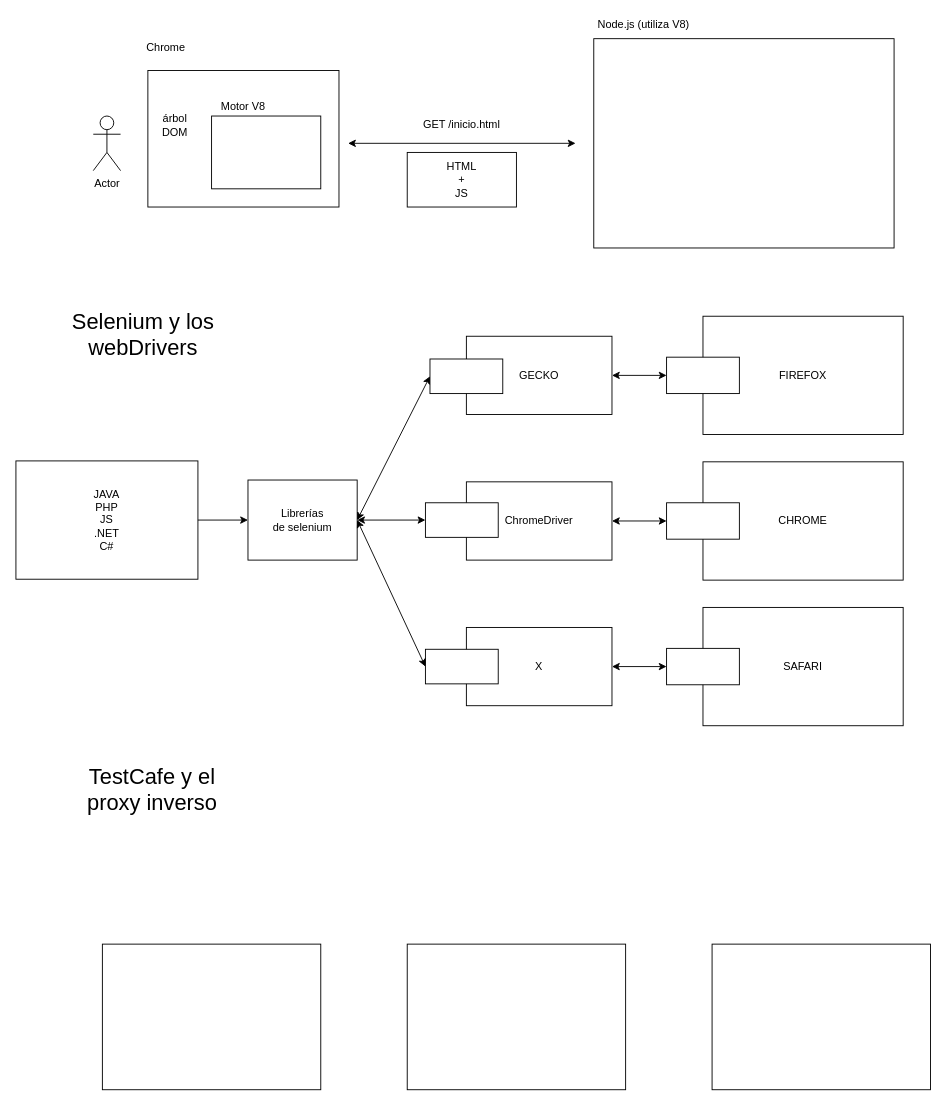
Earlier version of the draw.io diagram page "Página-7" (7 of 9) of dibujillos.drawio (lrag/TDD). Source tidied: cells renumbered, new cells numbered last; positions are measured from the earlier drawing's top-left corner, leaving out a move shared by most shapes. Both pictures are drawn from the tidied source at 91%, with x=0, y=0 at pixel (15, 15).
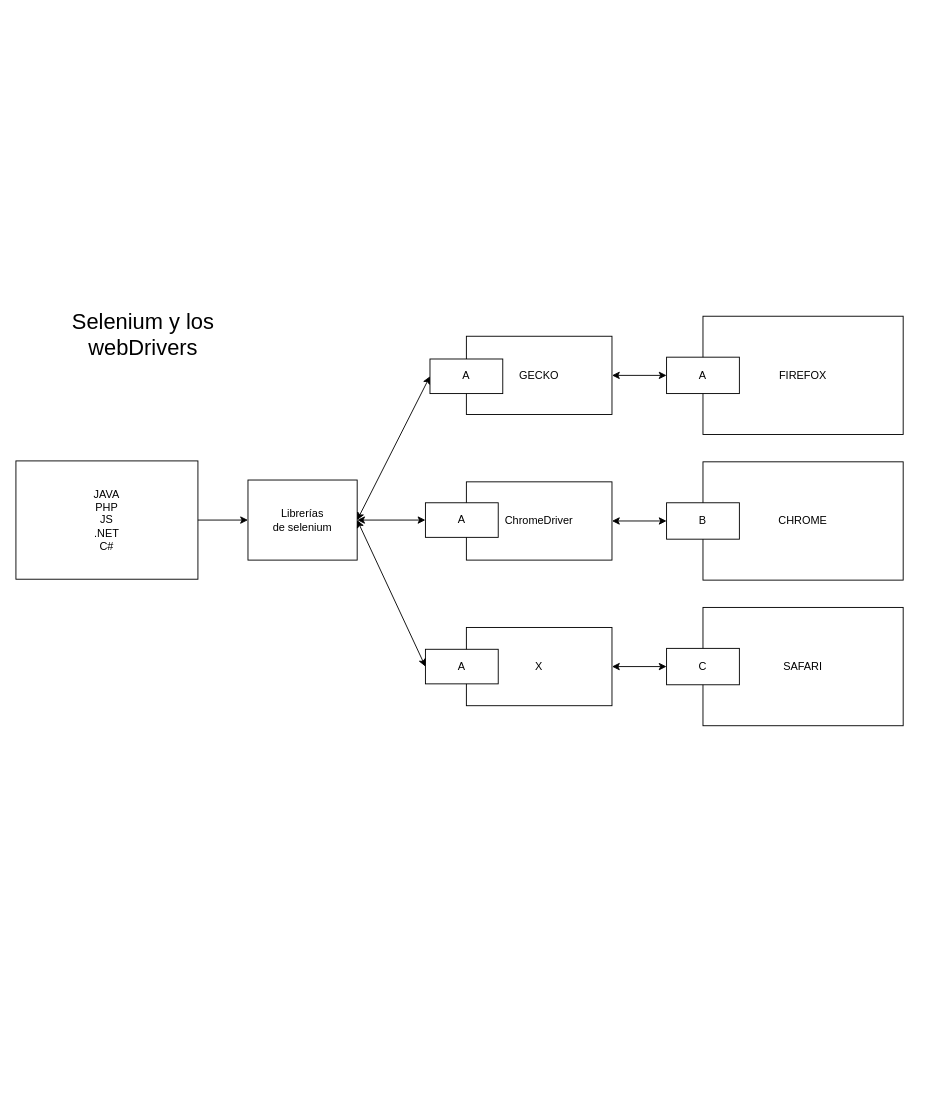
The same page after the edit.

The edit, as a diff of the source:
```diff
@@
-    <mxCell id="2" style="rounded=0;whiteSpace=wrap;html=1;fillColor=none;" parent="1" vertex="1">
-      <mxGeometry x="145" y="60" width="210" height="150" as="geometry" />
-    </mxCell>
-    <mxCell id="3" value="Actor" style="shape=umlActor;verticalLabelPosition=bottom;verticalAlign=top;html=1;" parent="1" vertex="1">
-      <mxGeometry x="85" y="110" width="30" height="60" as="geometry" />
-    </mxCell>
-    <mxCell id="4" style="rounded=0;whiteSpace=wrap;html=1;fillColor=none;" parent="1" vertex="1">
-      <mxGeometry x="635" y="25" width="330" height="230" as="geometry" />
-    </mxCell>
-    <mxCell id="5" style="endArrow=classic;startArrow=classic;html=1;" parent="1" edge="1">
-      <mxGeometry relative="1" as="geometry">
-        <mxPoint x="365" y="140" as="sourcePoint" />
-        <mxPoint x="615" y="140" as="targetPoint" />
-      </mxGeometry>
-    </mxCell>
-    <mxCell id="6" value="GET /inicio.html" style="text;html=1;strokeColor=none;fillColor=none;align=center;verticalAlign=middle;whiteSpace=wrap;rounded=0;" parent="1" vertex="1">
-      <mxGeometry x="440" y="110" width="100" height="20" as="geometry" />
-    </mxCell>
-    <mxCell id="7" value="HTML&lt;br&gt;+&lt;br&gt;JS" style="rounded=0;whiteSpace=wrap;html=1;fillColor=none;" parent="1" vertex="1">
-      <mxGeometry x="430" y="150" width="120" height="60" as="geometry" />
-    </mxCell>
-    <mxCell id="8" style="rounded=0;whiteSpace=wrap;html=1;fillColor=none;" parent="1" vertex="1">
-      <mxGeometry x="215" y="110" width="120" height="80" as="geometry" />
-    </mxCell>
-    <mxCell id="9" value="Motor V8" style="text;html=1;strokeColor=none;fillColor=none;align=center;verticalAlign=middle;whiteSpace=wrap;rounded=0;" parent="1" vertex="1">
-      <mxGeometry x="215" y="90" width="70" height="20" as="geometry" />
-    </mxCell>
-    <mxCell id="10" value="Chrome" style="text;html=1;strokeColor=none;fillColor=none;align=center;verticalAlign=middle;whiteSpace=wrap;rounded=0;" parent="1" vertex="1">
-      <mxGeometry x="145" y="25" width="40" height="20" as="geometry" />
-    </mxCell>
-    <mxCell id="11" value="Node.js (utiliza V8)" style="text;html=1;strokeColor=none;fillColor=none;align=center;verticalAlign=middle;whiteSpace=wrap;rounded=0;" parent="1" vertex="1">
-      <mxGeometry x="625" width="130" height="20" as="geometry" />
-    </mxCell>
-    <mxCell id="12" value="árbol&lt;br&gt;DOM" style="text;html=1;strokeColor=none;fillColor=none;align=center;verticalAlign=middle;whiteSpace=wrap;rounded=0;" parent="1" vertex="1">
-      <mxGeometry x="155" y="110" width="40" height="20" as="geometry" />
-    </mxCell>
@@
-    <mxCell id="14" style="rounded=0;whiteSpace=wrap;html=1;" parent="1" vertex="1">
+    <mxCell id="14" value="B" style="rounded=0;whiteSpace=wrap;html=1;" parent="1" vertex="1">
       <mxGeometry x="715" y="535" width="80" height="40" as="geometry" />
     </mxCell>
@@
-    <mxCell id="18" style="rounded=0;whiteSpace=wrap;html=1;" parent="1" vertex="1">
+    <mxCell id="18" value="A" style="rounded=0;whiteSpace=wrap;html=1;" parent="1" vertex="1">
       <mxGeometry x="715" y="375" width="80" height="40" as="geometry" />
     </mxCell>
@@
-    <mxCell id="20" style="rounded=0;whiteSpace=wrap;html=1;" parent="1" vertex="1">
+    <mxCell id="20" value="C" style="rounded=0;whiteSpace=wrap;html=1;" parent="1" vertex="1">
       <mxGeometry x="715" y="695" width="80" height="40" as="geometry" />
     </mxCell>
@@
-    <mxCell id="27" style="rounded=0;whiteSpace=wrap;html=1;" parent="1" vertex="1">
+    <mxCell id="27" value="A" style="rounded=0;whiteSpace=wrap;html=1;" parent="1" vertex="1">
       <mxGeometry x="455" y="377" width="80" height="38" as="geometry" />
     </mxCell>
-    <mxCell id="28" style="rounded=0;whiteSpace=wrap;html=1;" parent="1" vertex="1">
+    <mxCell id="28" value="A" style="rounded=0;whiteSpace=wrap;html=1;" parent="1" vertex="1">
       <mxGeometry x="450" y="535" width="80" height="38" as="geometry" />
     </mxCell>
-    <mxCell id="29" style="rounded=0;whiteSpace=wrap;html=1;" parent="1" vertex="1">
+    <mxCell id="29" value="A" style="rounded=0;whiteSpace=wrap;html=1;" parent="1" vertex="1">
       <mxGeometry x="450" y="696" width="80" height="38" as="geometry" />
     </mxCell>
@@
-    <mxCell id="35" value="&lt;font style=&quot;font-size: 24px&quot;&gt;TestCafe y el proxy inverso&lt;/font&gt;" style="text;html=1;strokeColor=none;fillColor=none;align=center;verticalAlign=middle;whiteSpace=wrap;rounded=0;" parent="1" vertex="1">
-      <mxGeometry x="55" y="840" width="190" height="20" as="geometry" />
-    </mxCell>
-    <mxCell id="36" style="rounded=0;whiteSpace=wrap;html=1;" parent="1" vertex="1">
-      <mxGeometry x="95" y="1020" width="240" height="160" as="geometry" />
-    </mxCell>
-    <mxCell id="37" style="rounded=0;whiteSpace=wrap;html=1;" parent="1" vertex="1">
-      <mxGeometry x="430" y="1020" width="240" height="160" as="geometry" />
-    </mxCell>
-    <mxCell id="38" style="rounded=0;whiteSpace=wrap;html=1;" parent="1" vertex="1">
-      <mxGeometry x="765" y="1020" width="240" height="160" as="geometry" />
-    </mxCell>
```
